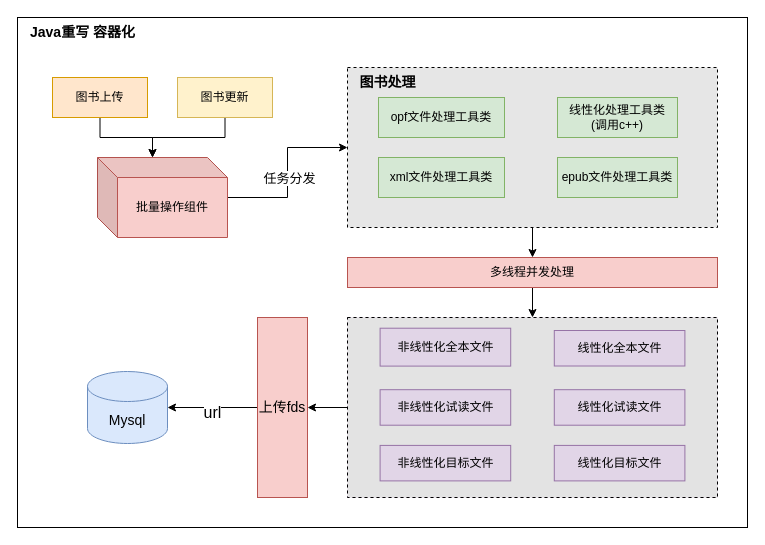
This is 图书上传重构.drawio from Floweryu/my-diagrams, a draw.io file, before an edit. Source tidied: cells renumbered, new cells numbered last; positions are measured from the earlier drawing's top-left corner, leaving out a move shared by most shapes. Both pictures are drawn from the tidied source at 100%, with x=0, y=0 at pixel (17, 17).
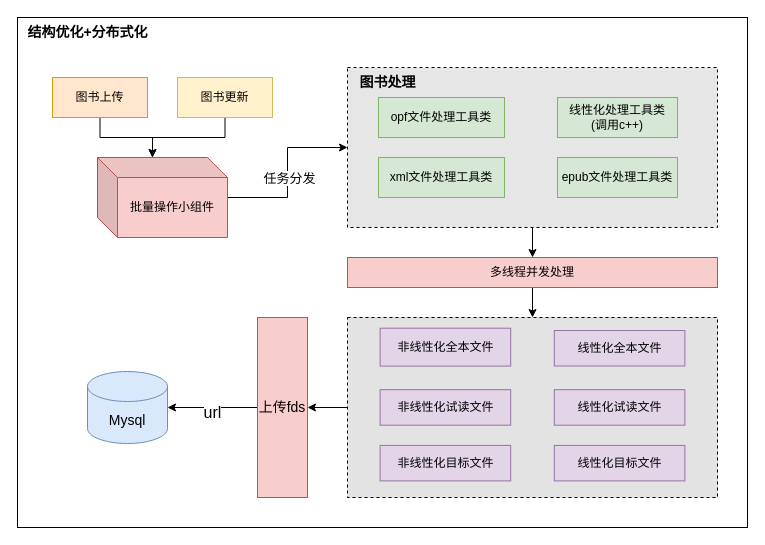
After the change.

Commit message:
更新图书上传重构.drawio

What changed in the source:
```diff
@@
-    <mxCell id="5" value="批量操作组件" style="shape=cube;whiteSpace=wrap;html=1;boundedLbl=1;backgroundOutline=1;darkOpacity=0.05;darkOpacity2=0.1;fillColor=#f8cecc;strokeColor=#b85450;" parent="1" vertex="1">
+    <mxCell id="5" value="批量操作小组件" style="shape=cube;whiteSpace=wrap;html=1;boundedLbl=1;backgroundOutline=1;darkOpacity=0.05;darkOpacity2=0.1;fillColor=#f8cecc;strokeColor=#b85450;" parent="1" vertex="1">
       <mxGeometry x="80" y="140" width="130" height="80" as="geometry" />
     </mxCell>
-    <mxCell id="6" value="&lt;b&gt;&lt;font style=&quot;font-size: 14px;&quot;&gt;Java重写 容器化&lt;/font&gt;&lt;/b&gt;" style="text;html=1;align=center;verticalAlign=middle;strokeColor=none;fillColor=none;" parent="1" vertex="1">
-      <mxGeometry width="130" height="30" as="geometry" />
+    <mxCell id="6" value="&lt;b&gt;&lt;font style=&quot;font-size: 14px;&quot;&gt;结构优化+分布式化&lt;/font&gt;&lt;/b&gt;" style="text;html=1;align=center;verticalAlign=middle;strokeColor=none;fillColor=none;" parent="1" vertex="1">
+      <mxGeometry width="140" height="30" as="geometry" />
     </mxCell>
```
